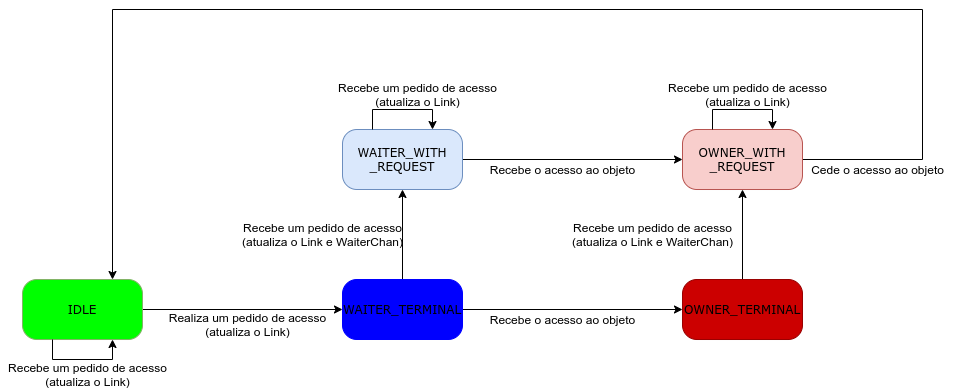
Above: state-diagram.png in Gabulhas/projeto-relatorio (draw.io), before the change. Source tidied: cells renumbered, new cells last; positions are measured from the earlier drawing's top-left corner, leaving out a move shared by most shapes. Its diagram source:
```xml
<mxGraphModel background="#ffffff">
  <root>
    <mxCell id="0" />
    <mxCell id="1" parent="0" />
    <mxCell id="2" style="edgeStyle=orthogonalEdgeStyle;rounded=0;jettySize=auto;html=1;exitX=1;exitY=0.5;exitDx=0;exitDy=0;entryX=0;entryY=0.5;entryDx=0;entryDy=0;" parent="1" edge="1" source="3" target="10">
      <mxGeometry relative="1" as="geometry" />
    </mxCell>
    <mxCell id="3" value="IDLE" style="rounded=1;whiteSpace=wrap;html=1;arcSize=24;strokeColor=#82b366;shadow=0;comic=0;labelBackgroundColor=none;fontFamily=Verdana;fontSize=12;align=center;fillColor=#00FF00;" parent="1" vertex="1">
      <mxGeometry x="20" y="270" width="120" height="60" as="geometry" />
    </mxCell>
    <mxCell id="4" style="edgeStyle=orthogonalEdgeStyle;rounded=0;jettySize=auto;html=1;exitX=0.5;exitY=0;exitDx=0;exitDy=0;entryX=0.5;entryY=1;entryDx=0;entryDy=0;" parent="1" edge="1" source="5" target="12">
      <mxGeometry relative="1" as="geometry" />
    </mxCell>
    <mxCell id="5" value="OWNER_TERMINAL" style="rounded=1;whiteSpace=wrap;html=1;arcSize=24;shadow=0;comic=0;labelBackgroundColor=none;fontFamily=Verdana;fontSize=12;align=center;strokeColor=#990000;fillColor=#CC0000;" parent="1" vertex="1">
      <mxGeometry x="680" y="270" width="120" height="60" as="geometry" />
    </mxCell>
    <mxCell id="6" style="edgeStyle=orthogonalEdgeStyle;rounded=0;jettySize=auto;html=1;exitX=1;exitY=0.5;exitDx=0;exitDy=0;entryX=0;entryY=0.5;entryDx=0;entryDy=0;" parent="1" edge="1" source="7" target="12">
      <mxGeometry relative="1" as="geometry" />
    </mxCell>
    <mxCell id="7" value="WAITER_WITH&lt;br&gt;_REQUEST" style="rounded=1;whiteSpace=wrap;html=1;arcSize=24;strokeColor=#6c8ebf;shadow=0;comic=0;labelBackgroundColor=none;fontFamily=Verdana;fontSize=12;align=center;fillColor=#dae8fc;" parent="1" vertex="1">
      <mxGeometry x="340" y="120" width="120" height="60" as="geometry" />
    </mxCell>
    <mxCell id="8" style="edgeStyle=orthogonalEdgeStyle;rounded=0;jettySize=auto;html=1;exitX=1;exitY=0.5;exitDx=0;exitDy=0;entryX=0;entryY=0.5;entryDx=0;entryDy=0;" parent="1" edge="1" source="10" target="5">
      <mxGeometry relative="1" as="geometry" />
    </mxCell>
    <mxCell id="9" style="edgeStyle=orthogonalEdgeStyle;rounded=0;jettySize=auto;html=1;exitX=0.5;exitY=0;exitDx=0;exitDy=0;entryX=0.5;entryY=1;entryDx=0;entryDy=0;" parent="1" edge="1" source="10" target="7">
      <mxGeometry relative="1" as="geometry" />
    </mxCell>
    <mxCell id="10" value="WAITER_TERMINAL" style="rounded=1;whiteSpace=wrap;html=1;arcSize=24;shadow=0;comic=0;labelBackgroundColor=none;fontFamily=Verdana;fontSize=12;fontColor=#000000;align=center;strokeColor=#0000FF;fillColor=#0000FF;" parent="1" vertex="1">
      <mxGeometry x="340" y="270" width="120" height="60" as="geometry" />
    </mxCell>
    <mxCell id="11" style="edgeStyle=orthogonalEdgeStyle;rounded=0;jettySize=auto;html=1;exitX=1;exitY=0.5;exitDx=0;exitDy=0;entryX=0.75;entryY=0;entryDx=0;entryDy=0;" parent="1" edge="1" source="12" target="3">
      <mxGeometry relative="1" as="geometry">
        <Array as="points">
          <mxPoint x="920" y="150" />
          <mxPoint x="920" />
          <mxPoint x="110" />
        </Array>
      </mxGeometry>
    </mxCell>
    <mxCell id="12" value="OWNER_WITH&lt;br&gt;_REQUEST" style="rounded=1;whiteSpace=wrap;html=1;arcSize=24;strokeColor=#b85450;shadow=0;comic=0;labelBackgroundColor=none;fontFamily=Verdana;fontSize=12;align=center;fillColor=#f8cecc;" parent="1" vertex="1">
      <mxGeometry x="680" y="120" width="120" height="60" as="geometry" />
    </mxCell>
    <mxCell id="13" value="Realiza um pedido de acesso&lt;br&gt;(atualiza o Link)" style="text;html=1;align=center;verticalAlign=middle;" parent="1" vertex="1">
      <mxGeometry x="160" y="300" width="170" height="30" as="geometry" />
    </mxCell>
    <mxCell id="14" value="Recebe um pedido de acesso&lt;br&gt;(atualiza o Link)" style="text;html=1;align=center;verticalAlign=middle;" parent="1" vertex="1">
      <mxGeometry y="350" width="170" height="30" as="geometry" />
    </mxCell>
    <mxCell id="15" value="Recebe um pedido de acesso&lt;br&gt;(atualiza o Link e WaiterChan)" style="text;html=1;align=center;verticalAlign=middle;" parent="1" vertex="1">
      <mxGeometry x="230" y="210" width="180" height="30" as="geometry" />
    </mxCell>
    <mxCell id="16" value="Recebe um pedido de acesso&lt;br&gt;(atualiza o Link e WaiterChan)" style="text;html=1;align=center;verticalAlign=middle;" parent="1" vertex="1">
      <mxGeometry x="560" y="210" width="180" height="30" as="geometry" />
    </mxCell>
    <mxCell id="17" value="Recebe o acesso ao objeto" style="text;html=1;align=center;verticalAlign=middle;" parent="1" vertex="1">
      <mxGeometry x="480" y="300" width="160" height="20" as="geometry" />
    </mxCell>
    <mxCell id="18" value="Recebe o acesso ao objeto" style="text;html=1;align=center;verticalAlign=middle;" parent="1" vertex="1">
      <mxGeometry x="480" y="150" width="160" height="20" as="geometry" />
    </mxCell>
    <mxCell id="19" value="Cede o acesso ao objeto" style="text;html=1;align=center;verticalAlign=middle;" parent="1" vertex="1">
      <mxGeometry x="800" y="150" width="150" height="20" as="geometry" />
    </mxCell>
    <mxCell id="20" style="edgeStyle=orthogonalEdgeStyle;rounded=0;orthogonalLoop=1;jettySize=auto;html=1;exitX=0.25;exitY=0;exitDx=0;exitDy=0;entryX=0.75;entryY=0;entryDx=0;entryDy=0;" parent="1" edge="1" source="7" target="7">
      <mxGeometry relative="1" as="geometry">
        <Array as="points">
          <mxPoint x="370" y="100" />
          <mxPoint x="430" y="100" />
        </Array>
      </mxGeometry>
    </mxCell>
    <mxCell id="21" style="edgeStyle=orthogonalEdgeStyle;rounded=0;orthogonalLoop=1;jettySize=auto;html=1;exitX=0.25;exitY=0;exitDx=0;exitDy=0;entryX=0.75;entryY=0;entryDx=0;entryDy=0;" parent="1" edge="1" source="12" target="12">
      <mxGeometry relative="1" as="geometry">
        <Array as="points">
          <mxPoint x="710" y="100" />
          <mxPoint x="770" y="100" />
        </Array>
      </mxGeometry>
    </mxCell>
    <mxCell id="22" style="edgeStyle=orthogonalEdgeStyle;rounded=0;orthogonalLoop=1;jettySize=auto;html=1;exitX=0.25;exitY=1;exitDx=0;exitDy=0;entryX=0.75;entryY=1;entryDx=0;entryDy=0;" parent="1" edge="1" source="3" target="3">
      <mxGeometry relative="1" as="geometry" />
    </mxCell>
    <mxCell id="23" value="Recebe um pedido de acesso&lt;br&gt;(atualiza o Link)" style="text;html=1;align=center;verticalAlign=middle;" parent="1" vertex="1">
      <mxGeometry x="330" y="70" width="170" height="30" as="geometry" />
    </mxCell>
    <mxCell id="24" value="Recebe um pedido de acesso&lt;br&gt;(atualiza o Link)" style="text;html=1;align=center;verticalAlign=middle;" parent="1" vertex="1">
      <mxGeometry x="660" y="70" width="170" height="30" as="geometry" />
    </mxCell>
  </root>
</mxGraphModel>
```
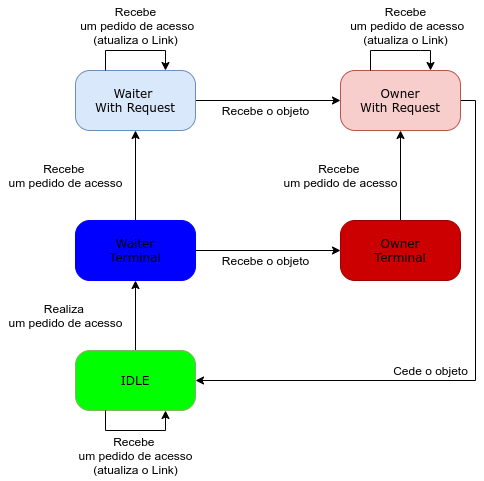
Above is the later version.

The edit, as a diff of the source:
```diff
@@ -1,91 +1,91 @@
-<mxGraphModel background="#ffffff">
+<mxGraphModel>
   <root>
     <mxCell id="0" />
     <mxCell id="1" parent="0" />
-    <mxCell id="2" style="edgeStyle=orthogonalEdgeStyle;rounded=0;jettySize=auto;html=1;exitX=1;exitY=0.5;exitDx=0;exitDy=0;entryX=0;entryY=0.5;entryDx=0;entryDy=0;" parent="1" edge="1" source="3" target="10">
-      <mxGeometry relative="1" as="geometry" />
-    </mxCell>
+    <mxCell id="25" style="edgeStyle=orthogonalEdgeStyle;rounded=0;jettySize=auto;html=1;exitX=0.5;exitY=0;exitDx=0;exitDy=0;" parent="1" edge="1" source="3" target="32">
+      <mxGeometry relative="1" as="geometry" />
+    </mxCell>
     <mxCell id="3" value="IDLE" style="rounded=1;whiteSpace=wrap;html=1;arcSize=24;strokeColor=#82b366;shadow=0;comic=0;labelBackgroundColor=none;fontFamily=Verdana;fontSize=12;align=center;fillColor=#00FF00;" parent="1" vertex="1">
       <mxGeometry x="20" y="270" width="120" height="60" as="geometry" />
     </mxCell>
-    <mxCell id="4" style="edgeStyle=orthogonalEdgeStyle;rounded=0;jettySize=auto;html=1;exitX=0.5;exitY=0;exitDx=0;exitDy=0;entryX=0.5;entryY=1;entryDx=0;entryDy=0;" parent="1" edge="1" source="5" target="12">
-      <mxGeometry relative="1" as="geometry" />
-    </mxCell>
-    <mxCell id="5" value="OWNER_TERMINAL" style="rounded=1;whiteSpace=wrap;html=1;arcSize=24;shadow=0;comic=0;labelBackgroundColor=none;fontFamily=Verdana;fontSize=12;align=center;strokeColor=#990000;fillColor=#CC0000;" parent="1" vertex="1">
-      <mxGeometry x="680" y="270" width="120" height="60" as="geometry" />
-    </mxCell>
-    <mxCell id="6" style="edgeStyle=orthogonalEdgeStyle;rounded=0;jettySize=auto;html=1;exitX=1;exitY=0.5;exitDx=0;exitDy=0;entryX=0;entryY=0.5;entryDx=0;entryDy=0;" parent="1" edge="1" source="7" target="12">
-      <mxGeometry relative="1" as="geometry" />
-    </mxCell>
-    <mxCell id="7" value="WAITER_WITH&lt;br&gt;_REQUEST" style="rounded=1;whiteSpace=wrap;html=1;arcSize=24;strokeColor=#6c8ebf;shadow=0;comic=0;labelBackgroundColor=none;fontFamily=Verdana;fontSize=12;align=center;fillColor=#dae8fc;" parent="1" vertex="1">
-      <mxGeometry x="340" y="120" width="120" height="60" as="geometry" />
-    </mxCell>
-    <mxCell id="8" style="edgeStyle=orthogonalEdgeStyle;rounded=0;jettySize=auto;html=1;exitX=1;exitY=0.5;exitDx=0;exitDy=0;entryX=0;entryY=0.5;entryDx=0;entryDy=0;" parent="1" edge="1" source="10" target="5">
-      <mxGeometry relative="1" as="geometry" />
-    </mxCell>
-    <mxCell id="9" style="edgeStyle=orthogonalEdgeStyle;rounded=0;jettySize=auto;html=1;exitX=0.5;exitY=0;exitDx=0;exitDy=0;entryX=0.5;entryY=1;entryDx=0;entryDy=0;" parent="1" edge="1" source="10" target="7">
-      <mxGeometry relative="1" as="geometry" />
-    </mxCell>
-    <mxCell id="10" value="WAITER_TERMINAL" style="rounded=1;whiteSpace=wrap;html=1;arcSize=24;shadow=0;comic=0;labelBackgroundColor=none;fontFamily=Verdana;fontSize=12;fontColor=#000000;align=center;strokeColor=#0000FF;fillColor=#0000FF;" parent="1" vertex="1">
-      <mxGeometry x="340" y="270" width="120" height="60" as="geometry" />
-    </mxCell>
-    <mxCell id="11" style="edgeStyle=orthogonalEdgeStyle;rounded=0;jettySize=auto;html=1;exitX=1;exitY=0.5;exitDx=0;exitDy=0;entryX=0.75;entryY=0;entryDx=0;entryDy=0;" parent="1" edge="1" source="12" target="3">
-      <mxGeometry relative="1" as="geometry">
-        <Array as="points">
-          <mxPoint x="920" y="150" />
-          <mxPoint x="920" />
-          <mxPoint x="110" />
-        </Array>
-      </mxGeometry>
-    </mxCell>
-    <mxCell id="12" value="OWNER_WITH&lt;br&gt;_REQUEST" style="rounded=1;whiteSpace=wrap;html=1;arcSize=24;strokeColor=#b85450;shadow=0;comic=0;labelBackgroundColor=none;fontFamily=Verdana;fontSize=12;align=center;fillColor=#f8cecc;" parent="1" vertex="1">
-      <mxGeometry x="680" y="120" width="120" height="60" as="geometry" />
-    </mxCell>
-    <mxCell id="13" value="Realiza um pedido de acesso&lt;br&gt;(atualiza o Link)" style="text;html=1;align=center;verticalAlign=middle;" parent="1" vertex="1">
-      <mxGeometry x="160" y="300" width="170" height="30" as="geometry" />
-    </mxCell>
-    <mxCell id="14" value="Recebe um pedido de acesso&lt;br&gt;(atualiza o Link)" style="text;html=1;align=center;verticalAlign=middle;" parent="1" vertex="1">
-      <mxGeometry y="350" width="170" height="30" as="geometry" />
-    </mxCell>
-    <mxCell id="15" value="Recebe um pedido de acesso&lt;br&gt;(atualiza o Link e WaiterChan)" style="text;html=1;align=center;verticalAlign=middle;" parent="1" vertex="1">
-      <mxGeometry x="230" y="210" width="180" height="30" as="geometry" />
-    </mxCell>
-    <mxCell id="16" value="Recebe um pedido de acesso&lt;br&gt;(atualiza o Link e WaiterChan)" style="text;html=1;align=center;verticalAlign=middle;" parent="1" vertex="1">
-      <mxGeometry x="560" y="210" width="180" height="30" as="geometry" />
-    </mxCell>
-    <mxCell id="17" value="Recebe o acesso ao objeto" style="text;html=1;align=center;verticalAlign=middle;" parent="1" vertex="1">
-      <mxGeometry x="480" y="300" width="160" height="20" as="geometry" />
-    </mxCell>
-    <mxCell id="18" value="Recebe o acesso ao objeto" style="text;html=1;align=center;verticalAlign=middle;" parent="1" vertex="1">
-      <mxGeometry x="480" y="150" width="160" height="20" as="geometry" />
-    </mxCell>
-    <mxCell id="19" value="Cede o acesso ao objeto" style="text;html=1;align=center;verticalAlign=middle;" parent="1" vertex="1">
-      <mxGeometry x="800" y="150" width="150" height="20" as="geometry" />
-    </mxCell>
-    <mxCell id="20" style="edgeStyle=orthogonalEdgeStyle;rounded=0;orthogonalLoop=1;jettySize=auto;html=1;exitX=0.25;exitY=0;exitDx=0;exitDy=0;entryX=0.75;entryY=0;entryDx=0;entryDy=0;" parent="1" edge="1" source="7" target="7">
-      <mxGeometry relative="1" as="geometry">
-        <Array as="points">
-          <mxPoint x="370" y="100" />
-          <mxPoint x="430" y="100" />
-        </Array>
-      </mxGeometry>
-    </mxCell>
-    <mxCell id="21" style="edgeStyle=orthogonalEdgeStyle;rounded=0;orthogonalLoop=1;jettySize=auto;html=1;exitX=0.25;exitY=0;exitDx=0;exitDy=0;entryX=0.75;entryY=0;entryDx=0;entryDy=0;" parent="1" edge="1" source="12" target="12">
-      <mxGeometry relative="1" as="geometry">
-        <Array as="points">
-          <mxPoint x="710" y="100" />
-          <mxPoint x="770" y="100" />
-        </Array>
-      </mxGeometry>
-    </mxCell>
+    <mxCell id="26" style="edgeStyle=orthogonalEdgeStyle;rounded=0;jettySize=auto;html=1;exitX=0.5;exitY=0;exitDx=0;exitDy=0;entryX=0.5;entryY=1;entryDx=0;entryDy=0;" parent="1" edge="1" source="27" target="34">
+      <mxGeometry relative="1" as="geometry" />
+    </mxCell>
+    <mxCell id="27" value="Owner&lt;br&gt;Terminal" style="rounded=1;whiteSpace=wrap;html=1;arcSize=24;shadow=0;comic=0;labelBackgroundColor=none;fontFamily=Verdana;fontSize=12;align=center;strokeColor=#990000;fillColor=#CC0000;" parent="1" vertex="1">
+      <mxGeometry x="285" y="140" width="120" height="60" as="geometry" />
+    </mxCell>
+    <mxCell id="28" style="edgeStyle=orthogonalEdgeStyle;rounded=0;jettySize=auto;html=1;exitX=1;exitY=0.5;exitDx=0;exitDy=0;entryX=0;entryY=0.5;entryDx=0;entryDy=0;" parent="1" edge="1" source="29" target="34">
+      <mxGeometry relative="1" as="geometry" />
+    </mxCell>
+    <mxCell id="29" value="Waiter &lt;br&gt;With Request" style="rounded=1;whiteSpace=wrap;html=1;arcSize=24;strokeColor=#6c8ebf;shadow=0;comic=0;labelBackgroundColor=none;fontFamily=Verdana;fontSize=12;align=center;fillColor=#dae8fc;" parent="1" vertex="1">
+      <mxGeometry x="20" y="-10" width="120" height="60" as="geometry" />
+    </mxCell>
+    <mxCell id="30" style="edgeStyle=orthogonalEdgeStyle;rounded=0;jettySize=auto;html=1;exitX=1;exitY=0.5;exitDx=0;exitDy=0;entryX=0;entryY=0.5;entryDx=0;entryDy=0;" parent="1" edge="1" source="32" target="27">
+      <mxGeometry relative="1" as="geometry" />
+    </mxCell>
+    <mxCell id="31" style="edgeStyle=orthogonalEdgeStyle;rounded=0;jettySize=auto;html=1;exitX=0.5;exitY=0;exitDx=0;exitDy=0;entryX=0.5;entryY=1;entryDx=0;entryDy=0;" parent="1" edge="1" source="32" target="29">
+      <mxGeometry relative="1" as="geometry" />
+    </mxCell>
+    <mxCell id="32" value="Waiter&lt;br&gt;Terminal" style="rounded=1;whiteSpace=wrap;html=1;arcSize=24;shadow=0;comic=0;labelBackgroundColor=none;fontFamily=Verdana;fontSize=12;fontColor=#000000;align=center;strokeColor=#0000FF;fillColor=#0000FF;" parent="1" vertex="1">
+      <mxGeometry x="20" y="140" width="120" height="60" as="geometry" />
+    </mxCell>
+    <mxCell id="33" style="edgeStyle=orthogonalEdgeStyle;rounded=0;jettySize=auto;html=1;exitX=1;exitY=0.5;exitDx=0;exitDy=0;entryX=1;entryY=0.5;entryDx=0;entryDy=0;" parent="1" edge="1" target="3">
+      <mxGeometry relative="1" as="geometry">
+        <mxPoint x="390" y="20" as="sourcePoint" />
+        <Array as="points">
+          <mxPoint x="420" y="20" />
+          <mxPoint x="420" y="300" />
+        </Array>
+      </mxGeometry>
+    </mxCell>
+    <mxCell id="34" value="Owner&lt;br&gt;With Request" style="rounded=1;whiteSpace=wrap;html=1;arcSize=24;strokeColor=#b85450;shadow=0;comic=0;labelBackgroundColor=none;fontFamily=Verdana;fontSize=12;align=center;fillColor=#f8cecc;" parent="1" vertex="1">
+      <mxGeometry x="285" y="-10" width="120" height="60" as="geometry" />
+    </mxCell>
+    <mxCell id="35" value="Realiza &lt;br&gt;um&amp;nbsp;pedido de acesso" style="text;html=1;align=center;verticalAlign=middle;" parent="1" vertex="1">
+      <mxGeometry x="-55" y="220" width="130" height="30" as="geometry" />
+    </mxCell>
+    <mxCell id="36" value="Recebe &lt;br&gt;um pedido de acesso&lt;br&gt;(atualiza o Link)" style="text;html=1;align=center;verticalAlign=middle;" parent="1" vertex="1">
+      <mxGeometry x="15" y="350" width="130" height="50" as="geometry" />
+    </mxCell>
+    <mxCell id="37" value="Recebe &lt;br&gt;um pedido de acesso" style="text;html=1;align=center;verticalAlign=middle;" parent="1" vertex="1">
+      <mxGeometry x="-55" y="80" width="130" height="30" as="geometry" />
+    </mxCell>
+    <mxCell id="38" value="Recebe &lt;br&gt;um pedido de acesso" style="text;html=1;align=center;verticalAlign=middle;" parent="1" vertex="1">
+      <mxGeometry x="220" y="80" width="130" height="30" as="geometry" />
+    </mxCell>
+    <mxCell id="39" value="Recebe o objeto" style="text;html=1;align=center;verticalAlign=middle;" parent="1" vertex="1">
+      <mxGeometry x="160" y="170" width="100" height="20" as="geometry" />
+    </mxCell>
+    <mxCell id="40" value="Recebe o objeto" style="text;html=1;align=center;verticalAlign=middle;" parent="1" vertex="1">
+      <mxGeometry x="160" y="20" width="100" height="20" as="geometry" />
+    </mxCell>
+    <mxCell id="41" value="Cede o objeto" style="text;html=1;align=center;verticalAlign=middle;" parent="1" vertex="1">
+      <mxGeometry x="330" y="280" width="90" height="20" as="geometry" />
+    </mxCell>
+    <mxCell id="42" style="edgeStyle=orthogonalEdgeStyle;rounded=0;orthogonalLoop=1;jettySize=auto;html=1;exitX=0.25;exitY=0;exitDx=0;exitDy=0;entryX=0.75;entryY=0;entryDx=0;entryDy=0;" parent="1" edge="1" source="29" target="29">
+      <mxGeometry relative="1" as="geometry">
+        <Array as="points">
+          <mxPoint x="50" y="-30" />
+          <mxPoint x="110" y="-30" />
+        </Array>
+      </mxGeometry>
+    </mxCell>
+    <mxCell id="43" style="edgeStyle=orthogonalEdgeStyle;rounded=0;orthogonalLoop=1;jettySize=auto;html=1;exitX=0.25;exitY=0;exitDx=0;exitDy=0;entryX=0.75;entryY=0;entryDx=0;entryDy=0;" parent="1" edge="1" source="34" target="34">
+      <mxGeometry relative="1" as="geometry">
+        <Array as="points">
+          <mxPoint x="365" y="-30" />
+          <mxPoint x="425" y="-30" />
+        </Array>
+      </mxGeometry>
+    </mxCell>
     <mxCell id="22" style="edgeStyle=orthogonalEdgeStyle;rounded=0;orthogonalLoop=1;jettySize=auto;html=1;exitX=0.25;exitY=1;exitDx=0;exitDy=0;entryX=0.75;entryY=1;entryDx=0;entryDy=0;" parent="1" edge="1" source="3" target="3">
       <mxGeometry relative="1" as="geometry" />
     </mxCell>
-    <mxCell id="23" value="Recebe um pedido de acesso&lt;br&gt;(atualiza o Link)" style="text;html=1;align=center;verticalAlign=middle;" parent="1" vertex="1">
-      <mxGeometry x="330" y="70" width="170" height="30" as="geometry" />
-    </mxCell>
-    <mxCell id="24" value="Recebe um pedido de acesso&lt;br&gt;(atualiza o Link)" style="text;html=1;align=center;verticalAlign=middle;" parent="1" vertex="1">
-      <mxGeometry x="660" y="70" width="170" height="30" as="geometry" />
-    </mxCell>
+    <mxCell id="44" value="Recebe&lt;br&gt;&amp;nbsp;um pedido de acesso&lt;br&gt;(atualiza o Link)" style="text;html=1;align=center;verticalAlign=middle;" parent="1" vertex="1">
+      <mxGeometry x="15" y="-80" width="130" height="50" as="geometry" />
+    </mxCell>
+    <mxCell id="45" value="Recebe&lt;br&gt;&amp;nbsp;um pedido de acesso&lt;br&gt;(atualiza o Link)" style="text;html=1;align=center;verticalAlign=middle;" parent="1" vertex="1">
+      <mxGeometry x="285" y="-80" width="130" height="50" as="geometry" />
+    </mxCell>
   </root>
 </mxGraphModel>
```
